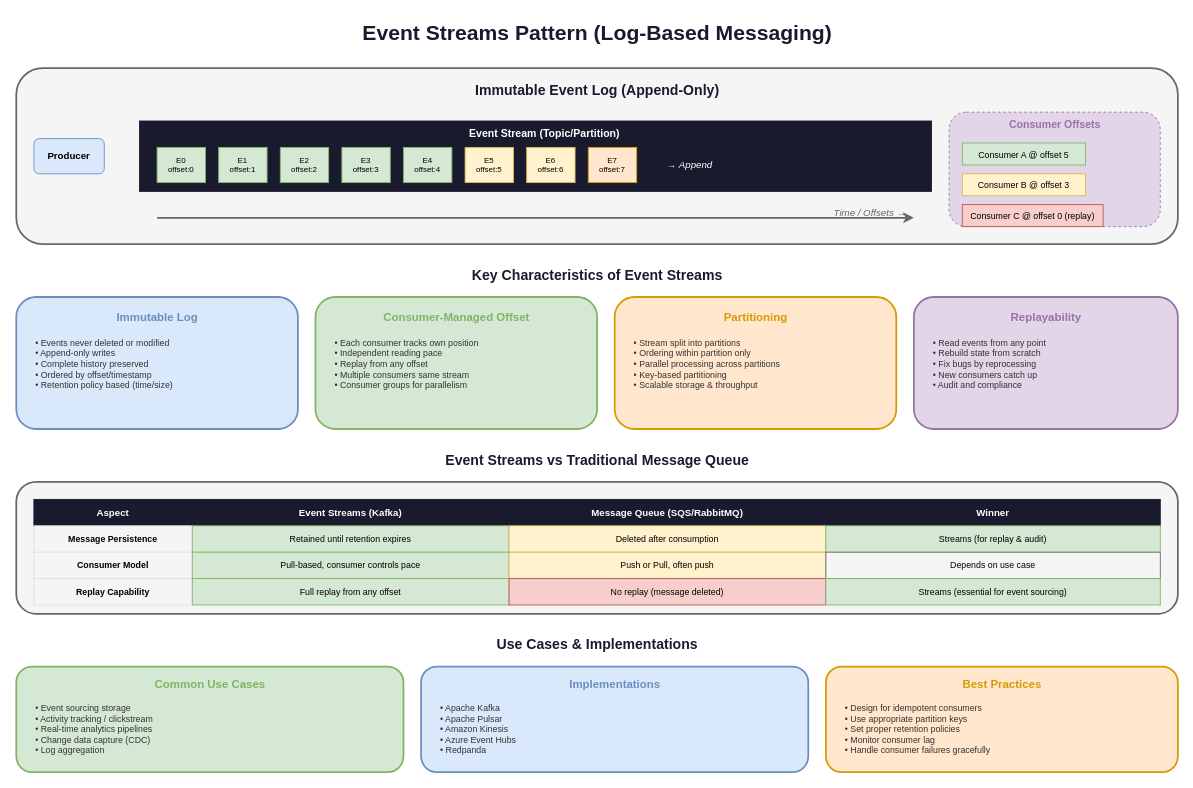
This is lesson-02-event-driven-architecture/diagrams/5.3-event-streams-pattern.drawio from MrParkerZ7/document-lesson-software-architect-x-claude, a draw.io file, before an edit. Source tidied: cells renumbered, new cells numbered last; positions are measured from the earlier drawing's top-left corner, leaving out a move shared by most shapes. Both pictures are drawn from the tidied source at 88%, with x=0, y=0 at pixel (16, 15).
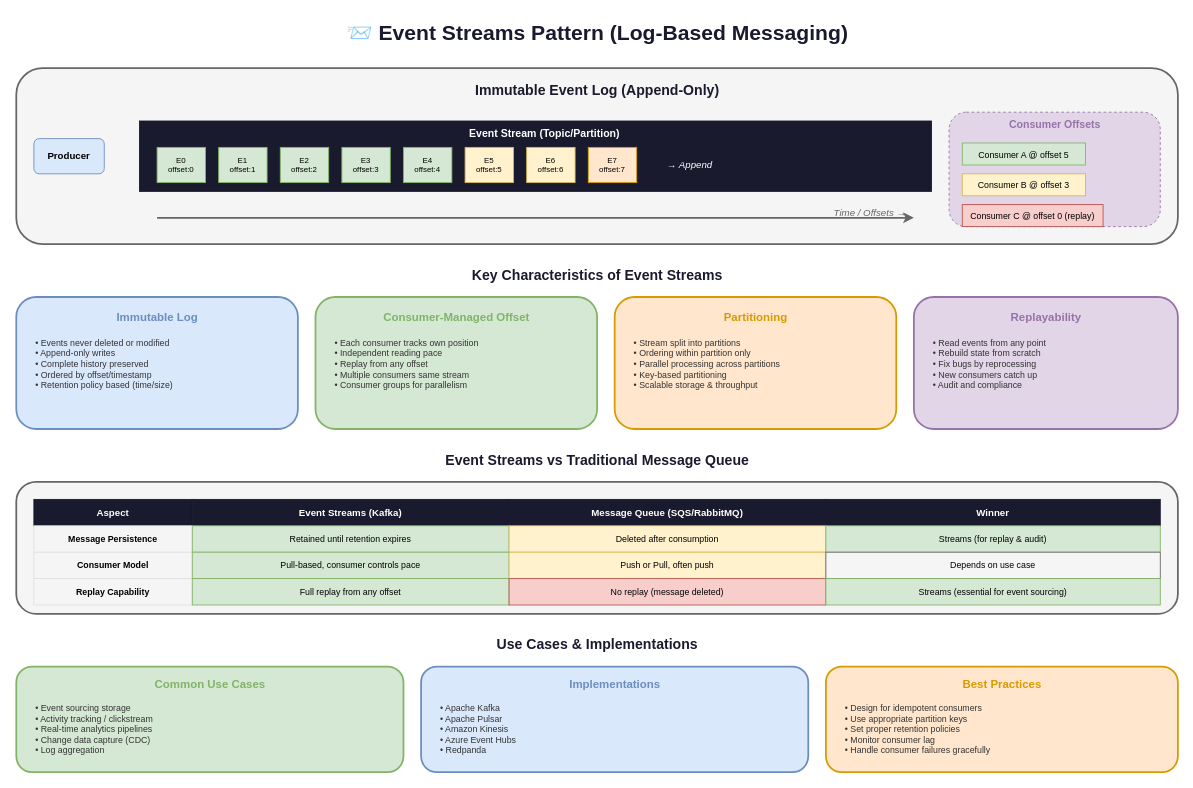
The same page after the edit.

What changed in the source:
```diff
@@
-    <mxCell id="2" value="Event Streams Pattern (Log-Based Messaging)" style="text;html=1;strokeColor=none;fillColor=none;align=center;verticalAlign=middle;fontSize=24;fontStyle=1;fontColor=#1a1a2e;" parent="1" vertex="1">
+    <mxCell id="2" value="📨 Event Streams Pattern (Log-Based Messaging)" style="text;html=1;strokeColor=none;fillColor=none;align=center;verticalAlign=middle;fontSize=24;fontStyle=1;fontColor=#1a1a2e;" parent="1" vertex="1">
       <mxGeometry x="360" width="600" height="40" as="geometry" />
     </mxCell>
```
